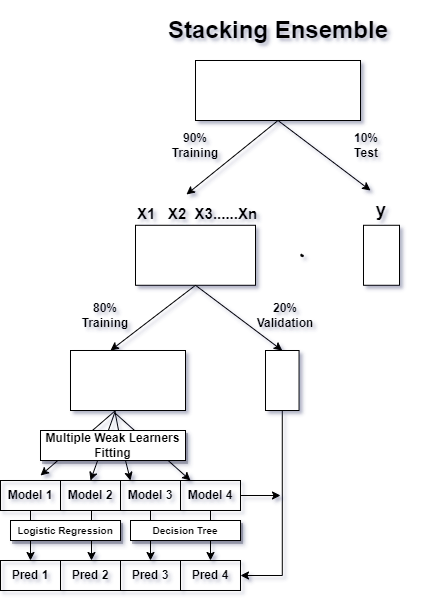
Before: Working of Manual Stacking Ensemble.drawio.png, a diagram exported from draw.io (PBPatil/Stacking_ensemble). Source tidied: cells renumbered, new cells last; positions are measured from the earlier drawing's top-left corner, leaving out a move shared by most shapes.
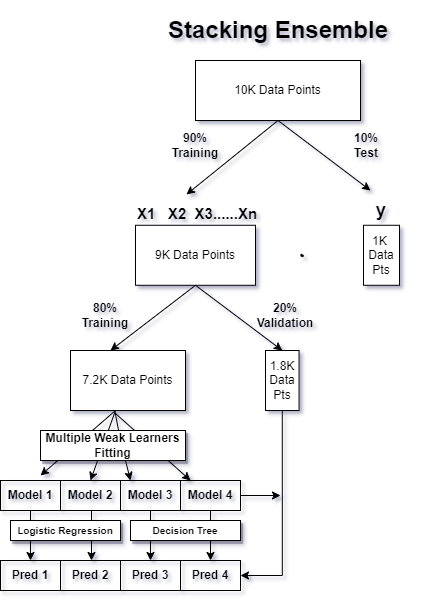
Later version of the same file.

The edit, as a diff of the source:
```diff
@@ -27,10 +27,10 @@
         <mxPoint x="190" y="460" as="targetPoint" />
       </mxGeometry>
     </mxCell>
-    <mxCell id="6" style="rounded=0;whiteSpace=wrap;html=1;" parent="1" vertex="1">
+    <mxCell id="6" value="9K Data Points" style="rounded=0;whiteSpace=wrap;html=1;" parent="1" vertex="1">
       <mxGeometry x="135" y="204.8" width="120" height="60" as="geometry" />
     </mxCell>
-    <mxCell id="7" style="rounded=0;whiteSpace=wrap;html=1;" parent="1" vertex="1">
+    <mxCell id="7" value="1K&amp;nbsp;&lt;br&gt;Data&lt;br&gt;Pts" style="rounded=0;whiteSpace=wrap;html=1;" parent="1" vertex="1">
       <mxGeometry x="363" y="204.8" width="36" height="60" as="geometry" />
     </mxCell>
     <mxCell id="8" value="&lt;h1&gt;Stacking Ensemble&lt;/h1&gt;" style="text;strokeColor=none;align=center;fillColor=none;html=1;verticalAlign=middle;whiteSpace=wrap;rounded=0;" parent="1" vertex="1">
@@ -45,7 +45,7 @@
     <mxCell id="11" value="&lt;div style=&quot;&quot;&gt;&lt;span style=&quot;background-color: initial;&quot;&gt;&lt;b&gt;&lt;font style=&quot;font-size: 18px;&quot;&gt;y&lt;/font&gt;&lt;/b&gt;&lt;/span&gt;&lt;/div&gt;" style="rounded=0;whiteSpace=wrap;html=1;align=center;shadow=0;strokeColor=none;fillColor=none;" parent="1" vertex="1">
       <mxGeometry x="366" y="175.6" width="30" height="29.2" as="geometry" />
     </mxCell>
-    <mxCell id="12" style="rounded=0;whiteSpace=wrap;html=1;" parent="1" vertex="1">
+    <mxCell id="12" value="10K Data Points" style="rounded=0;whiteSpace=wrap;html=1;" parent="1" vertex="1">
       <mxGeometry x="195" y="40" width="165" height="60" as="geometry" />
     </mxCell>
     <mxCell id="13" style="endArrow=classic;html=1;rounded=0;exitX=0.5;exitY=1;exitDx=0;exitDy=0;entryX=0.392;entryY=-0.054;entryDx=0;entryDy=0;entryPerimeter=0;" parent="1" edge="1" source="12" target="10">
@@ -62,13 +62,13 @@
     <mxCell id="16" value="&lt;b&gt;&lt;font style=&quot;font-size: 12px;&quot;&gt;10%&lt;br&gt;Test&lt;/font&gt;&lt;/b&gt;" style="text;strokeColor=none;align=center;fillColor=none;html=1;verticalAlign=middle;whiteSpace=wrap;rounded=0;" parent="1" vertex="1">
       <mxGeometry x="336" y="110" width="60" height="30" as="geometry" />
     </mxCell>
-    <mxCell id="17" style="rounded=0;whiteSpace=wrap;html=1;" parent="1" vertex="1">
+    <mxCell id="17" value="7.2K Data Points" style="rounded=0;whiteSpace=wrap;html=1;" parent="1" vertex="1">
       <mxGeometry x="70" y="330" width="115" height="60" as="geometry" />
     </mxCell>
     <mxCell id="18" style="edgeStyle=orthogonalEdgeStyle;rounded=0;jettySize=auto;html=1;exitX=0.5;exitY=1;exitDx=0;exitDy=0;entryX=1;entryY=0.5;entryDx=0;entryDy=0;" parent="1" edge="1" source="19" target="34">
       <mxGeometry relative="1" as="geometry" />
     </mxCell>
-    <mxCell id="19" style="rounded=0;whiteSpace=wrap;html=1;" parent="1" vertex="1">
+    <mxCell id="19" value="1.8K&lt;br&gt;Data&lt;br&gt;Pts" style="rounded=0;whiteSpace=wrap;html=1;" parent="1" vertex="1">
       <mxGeometry x="265" y="330" width="33.5" height="60" as="geometry" />
     </mxCell>
     <mxCell id="20" style="endArrow=classic;html=1;rounded=0;exitX=0.5;exitY=1;exitDx=0;exitDy=0;" parent="1" edge="1" source="6">
```
